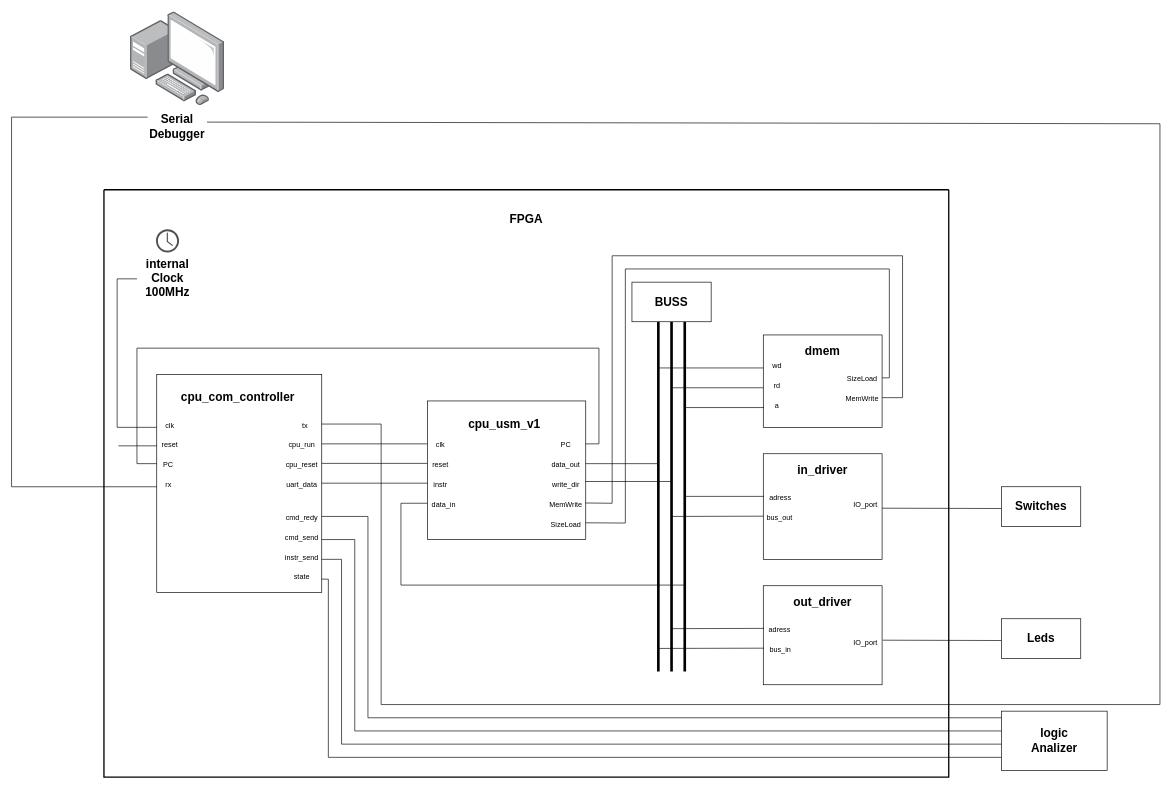
Before: Diagrams/General_Diagram.drawio in lild4d4/usm_microcontroller_v1, a draw.io diagram. Source tidied: cells renumbered, new cells numbered last; positions are measured from the earlier drawing's top-left corner, leaving out a move shared by most shapes. Both pictures are drawn from the tidied source at 66%, with x=0, y=0 at pixel (11, 11).
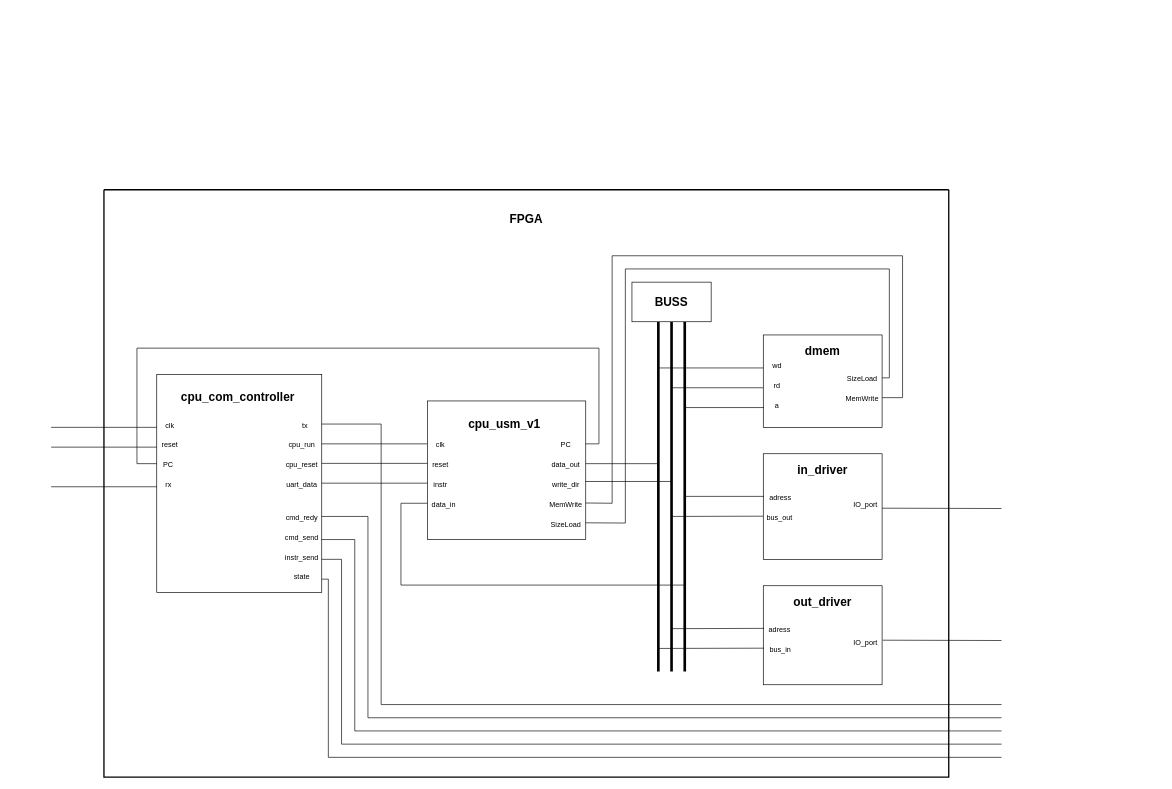
The same diagram, later.

Unchanged cells that the change refers to:
```xml
<mxCell id="64" style="swimlane;startSize=0;fontSize=11;strokeWidth=2;" parent="1" vertex="1">
  <mxGeometry x="140" y="270" width="1280" height="890" as="geometry" />
</mxCell>
<mxCell id="73" value="&lt;font style=&quot;font-size: 11px&quot;&gt;tx&lt;/font&gt;" style="text;html=1;strokeColor=none;fillColor=none;align=center;verticalAlign=middle;whiteSpace=wrap;rounded=0;fontSize=18;" parent="64" vertex="1">
  <mxGeometry x="280" y="340" width="50" height="30" as="geometry" />
</mxCell>
```

Change to the diagram source:
```diff
@@
-    <mxCell id="66" style="endArrow=none;html=1;rounded=0;fontSize=11;" parent="64" edge="1" target="75">
+    <mxCell id="66" style="endArrow=none;html=1;rounded=0;fontSize=11;entryX=1;entryY=0.5;entryDx=0;entryDy=0;" parent="64" edge="1">
       <mxGeometry relative="1" as="geometry">
         <mxPoint x="80" y="360" as="sourcePoint" />
-        <Array as="points">
-          <mxPoint x="20" y="360" />
-          <mxPoint x="20" y="135" />
-        </Array>
+        <mxPoint x="-80" y="360" as="targetPoint" />
       </mxGeometry>
     </mxCell>
+    <mxCell id="87" style="endArrow=none;html=1;rounded=0;fontSize=11;entryX=1;entryY=0.5;entryDx=0;entryDy=0;" parent="64" edge="1">
+      <mxGeometry relative="1" as="geometry">
+        <mxPoint x="80" y="390" as="sourcePoint" />
+        <mxPoint x="-80" y="390" as="targetPoint" />
+      </mxGeometry>
+    </mxCell>
-    <mxCell id="67" style="endArrow=none;html=1;rounded=0;fontSize=11;entryX=0;entryY=0;entryDx=0;entryDy=0;" parent="64" edge="1" target="78">
+    <mxCell id="67" style="endArrow=none;html=1;rounded=0;fontSize=11;entryX=1;entryY=0.5;entryDx=0;entryDy=0;" parent="64" edge="1">
       <mxGeometry relative="1" as="geometry">
         <mxPoint x="80" y="450" as="sourcePoint" />
-        <Array as="points">
-          <mxPoint x="-140" y="450" />
-          <mxPoint x="-140" y="-110" />
-        </Array>
+        <mxPoint x="-80" y="450" as="targetPoint" />
       </mxGeometry>
     </mxCell>
+    <mxCell id="83" style="endArrow=none;html=1;rounded=0;fontSize=11;entryX=1;entryY=0.5;entryDx=0;entryDy=0;" parent="64" edge="1" target="73">
+      <mxGeometry relative="1" as="geometry">
+        <mxPoint x="1360" y="780" as="sourcePoint" />
+        <Array as="points">
+          <mxPoint x="420" y="780" />
+          <mxPoint x="420" y="355" />
+        </Array>
+      </mxGeometry>
+    </mxCell>
@@
-    <mxCell id="74" style="sketch=0;shadow=0;dashed=0;html=1;strokeColor=none;fillColor=#505050;labelPosition=center;verticalLabelPosition=bottom;verticalAlign=top;align=center;shape=mxgraph.office.concepts.clock;" parent="64" vertex="1">
-      <mxGeometry x="78.8" y="60" width="35" height="35" as="geometry" />
-    </mxCell>
-    <mxCell id="75" value="&lt;font style=&quot;font-size: 18px&quot;&gt;&lt;b&gt;internal Clock 100MHz&lt;/b&gt;&lt;/font&gt;" style="text;html=1;strokeColor=none;fillColor=none;align=center;verticalAlign=middle;whiteSpace=wrap;rounded=0;" parent="64" vertex="1">
-      <mxGeometry x="50" y="120" width="92.5" height="30" as="geometry" />
-    </mxCell>
@@
-    <mxCell id="77" style="html=1;align=center;shadow=0;dashed=0;image;image=img/lib/allied_telesis/computer_and_terminals/Personal_Computer_with_Server.svg;" parent="1" vertex="1">
-      <mxGeometry x="180" width="142.4" height="142.4" as="geometry" />
-    </mxCell>
-    <mxCell id="78" value="&lt;font style=&quot;font-size: 18px&quot;&gt;&lt;b&gt;Serial Debugger&lt;/b&gt;&lt;/font&gt;" style="text;html=1;strokeColor=none;fillColor=none;align=center;verticalAlign=middle;whiteSpace=wrap;rounded=0;" parent="1" vertex="1">
-      <mxGeometry x="206.2" y="160" width="90" height="30" as="geometry" />
-    </mxCell>
-    <mxCell id="79" style="rounded=0;whiteSpace=wrap;html=1;" parent="1" vertex="1">
-      <mxGeometry x="1500" y="720" width="120" height="60" as="geometry" />
-    </mxCell>
-    <mxCell id="80" value="&lt;span style=&quot;font-size: 18px&quot;&gt;&lt;b&gt;Switches&lt;/b&gt;&lt;/span&gt;" style="text;html=1;strokeColor=none;fillColor=none;align=center;verticalAlign=middle;whiteSpace=wrap;rounded=0;" parent="1" vertex="1">
-      <mxGeometry x="1505" y="735" width="110" height="30" as="geometry" />
-    </mxCell>
-    <mxCell id="81" style="rounded=0;whiteSpace=wrap;html=1;" parent="1" vertex="1">
-      <mxGeometry x="1500" y="920" width="120" height="60" as="geometry" />
-    </mxCell>
-    <mxCell id="82" value="&lt;span style=&quot;font-size: 18px&quot;&gt;&lt;b&gt;Leds&lt;/b&gt;&lt;/span&gt;" style="text;html=1;strokeColor=none;fillColor=none;align=center;verticalAlign=middle;whiteSpace=wrap;rounded=0;" parent="1" vertex="1">
-      <mxGeometry x="1505" y="935" width="110" height="30" as="geometry" />
-    </mxCell>
-    <mxCell id="83" style="endArrow=none;html=1;rounded=0;fontSize=11;entryX=1;entryY=0.5;entryDx=0;entryDy=0;exitX=1;exitY=0.25;exitDx=0;exitDy=0;" parent="1" edge="1" source="78" target="73">
-      <mxGeometry relative="1" as="geometry">
-        <Array as="points">
-          <mxPoint x="1740" y="170" />
-          <mxPoint x="1740" y="1050" />
-          <mxPoint x="560" y="1050" />
-          <mxPoint x="560" y="625" />
-        </Array>
-      </mxGeometry>
-    </mxCell>
-    <mxCell id="84" style="rounded=0;whiteSpace=wrap;html=1;" parent="1" vertex="1">
-      <mxGeometry x="1500" y="1060" width="160" height="90" as="geometry" />
-    </mxCell>
-    <mxCell id="85" value="&lt;span style=&quot;font-size: 18px&quot;&gt;&lt;b&gt;logic Analizer&lt;/b&gt;&lt;/span&gt;" style="text;html=1;strokeColor=none;fillColor=none;align=center;verticalAlign=middle;whiteSpace=wrap;rounded=0;" parent="1" vertex="1">
-      <mxGeometry x="1525" y="1090" width="110" height="30" as="geometry" />
-    </mxCell>
-    <mxCell id="86" style="endArrow=none;html=1;rounded=0;fontSize=11;" parent="1" edge="1">
-      <mxGeometry relative="1" as="geometry">
-        <mxPoint x="220" y="658" as="sourcePoint" />
-        <mxPoint x="162" y="658" as="targetPoint" />
-      </mxGeometry>
-    </mxCell>
```
